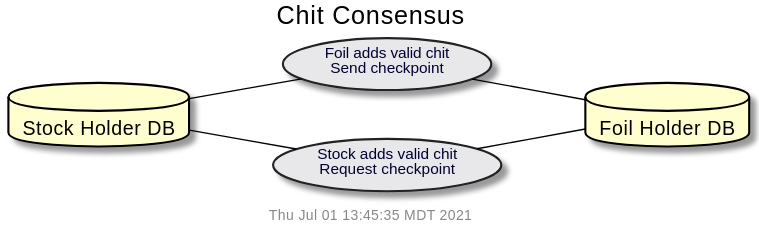
Above: doc/uml/use-cons.svg in gotchoices/MyCHIPs (PlantUML), before the change.
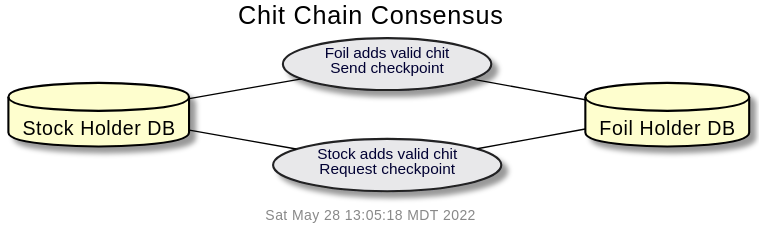
After the commit.

Diff of the diagram source:
```diff
@@ -1,6 +1,6 @@
 @startuml
 !include common.puml
-$title(Chit Consensus)
+$title(Chit Chain Consensus)
 left to right direction
 
 database "Stock Holder DB" as stock
```
